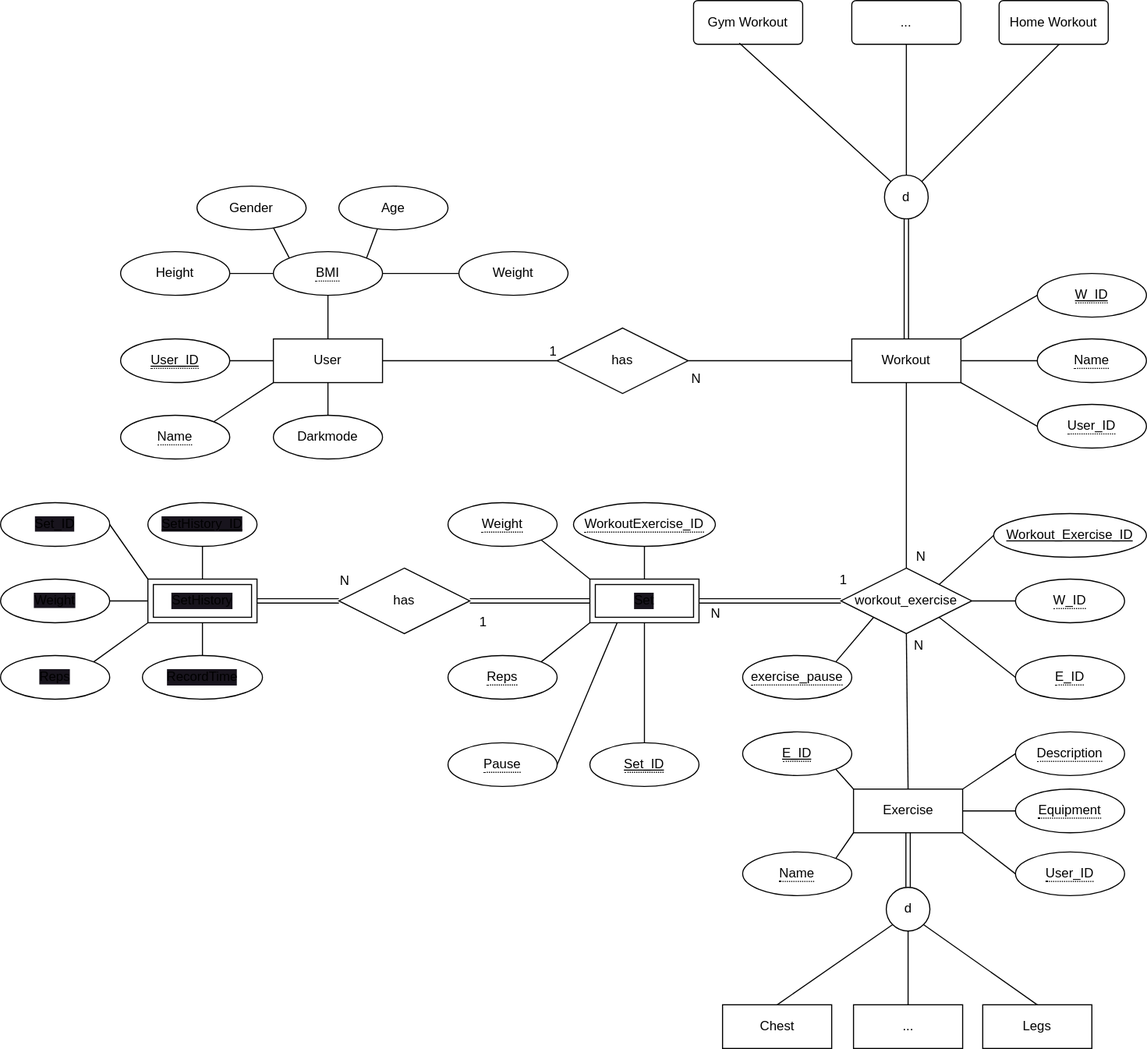
Earlier version of the draw.io export EER-Diagramm.drawio.svg (willizielke/FitnessWebAppDocumentation). Source tidied: cells renumbered, new cells last; positions are measured from the earlier drawing's top-left corner, leaving out a move shared by most shapes.
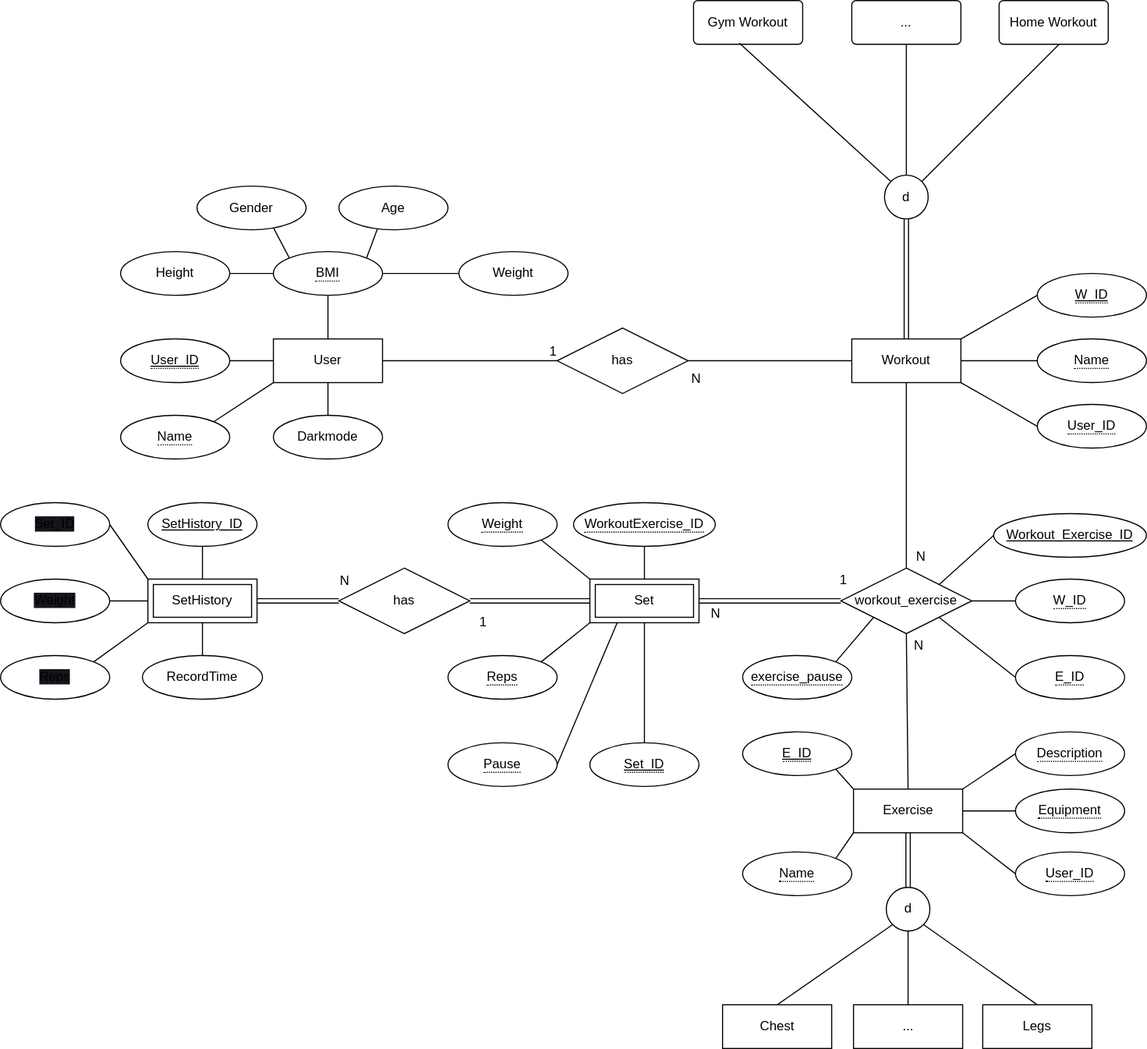
The same diagram one commit later.

Diff of the diagram source:
```diff
@@ -64,16 +64,16 @@
     <mxCell id="21" value="Age" style="ellipse;whiteSpace=wrap;html=1;align=center;" parent="1" vertex="1">
       <mxGeometry x="310" y="170" width="100" height="40" as="geometry" />
     </mxCell>
-    <mxCell id="22" value="Set" style="shape=ext;margin=3;double=1;whiteSpace=wrap;html=1;align=center;labelBackgroundColor=#18141D;" parent="1" vertex="1">
+    <mxCell id="22" value="Set" style="shape=ext;margin=3;double=1;whiteSpace=wrap;html=1;align=center;labelBackgroundColor=none;" parent="1" vertex="1">
       <mxGeometry x="540" y="530" width="100" height="40" as="geometry" />
     </mxCell>
     <mxCell id="23" style="endArrow=none;html=1;rounded=0;exitX=0.5;exitY=1;exitDx=0;exitDy=0;entryX=0.5;entryY=0;entryDx=0;entryDy=0;" parent="1" edge="1" source="22" target="70">
       <mxGeometry relative="1" as="geometry" />
     </mxCell>
-    <mxCell id="24" value="SetHistory" style="shape=ext;margin=3;double=1;whiteSpace=wrap;html=1;align=center;labelBackgroundColor=#18141D;" parent="1" vertex="1">
+    <mxCell id="24" value="SetHistory" style="shape=ext;margin=3;double=1;whiteSpace=wrap;html=1;align=center;labelBackgroundColor=none;fillColor=default;" parent="1" vertex="1">
       <mxGeometry x="135" y="530" width="100" height="40" as="geometry" />
     </mxCell>
-    <mxCell id="25" value="RecordTime" style="ellipse;whiteSpace=wrap;html=1;align=center;labelBackgroundColor=#18141D;" parent="1" vertex="1">
+    <mxCell id="25" value="RecordTime" style="ellipse;whiteSpace=wrap;html=1;align=center;labelBackgroundColor=none;" parent="1" vertex="1">
       <mxGeometry x="130" y="600" width="110" height="40" as="geometry" />
     </mxCell>
     <mxCell id="26" style="endArrow=none;html=1;rounded=0;exitX=0.5;exitY=0;exitDx=0;exitDy=0;entryX=0.5;entryY=1;entryDx=0;entryDy=0;" parent="1" edge="1" source="25" target="24">
@@ -152,7 +152,7 @@
     <mxCell id="49" style="edgeStyle=none;html=1;exitX=0.5;exitY=1;exitDx=0;exitDy=0;entryX=0.5;entryY=0;entryDx=0;entryDy=0;endArrow=none;endFill=0;" parent="1" edge="1" source="50" target="24">
       <mxGeometry relative="1" as="geometry" />
     </mxCell>
-    <mxCell id="50" value="&lt;span style=&quot;background-color: rgb(24, 20, 29);&quot;&gt;&lt;u&gt;SetHistory_ID&lt;/u&gt;&lt;/span&gt;" style="ellipse;whiteSpace=wrap;html=1;align=center;" parent="1" vertex="1">
+    <mxCell id="50" value="&lt;span style=&quot;&quot;&gt;&lt;u&gt;SetHistory_ID&lt;/u&gt;&lt;/span&gt;" style="ellipse;whiteSpace=wrap;html=1;align=center;labelBackgroundColor=none;" parent="1" vertex="1">
       <mxGeometry x="135" y="460" width="100" height="40" as="geometry" />
     </mxCell>
     <mxCell id="51" style="edgeStyle=none;html=1;exitX=1;exitY=0.5;exitDx=0;exitDy=0;entryX=0;entryY=0;entryDx=0;entryDy=0;endArrow=none;endFill=0;" parent="1" edge="1" source="52" target="24">
```
